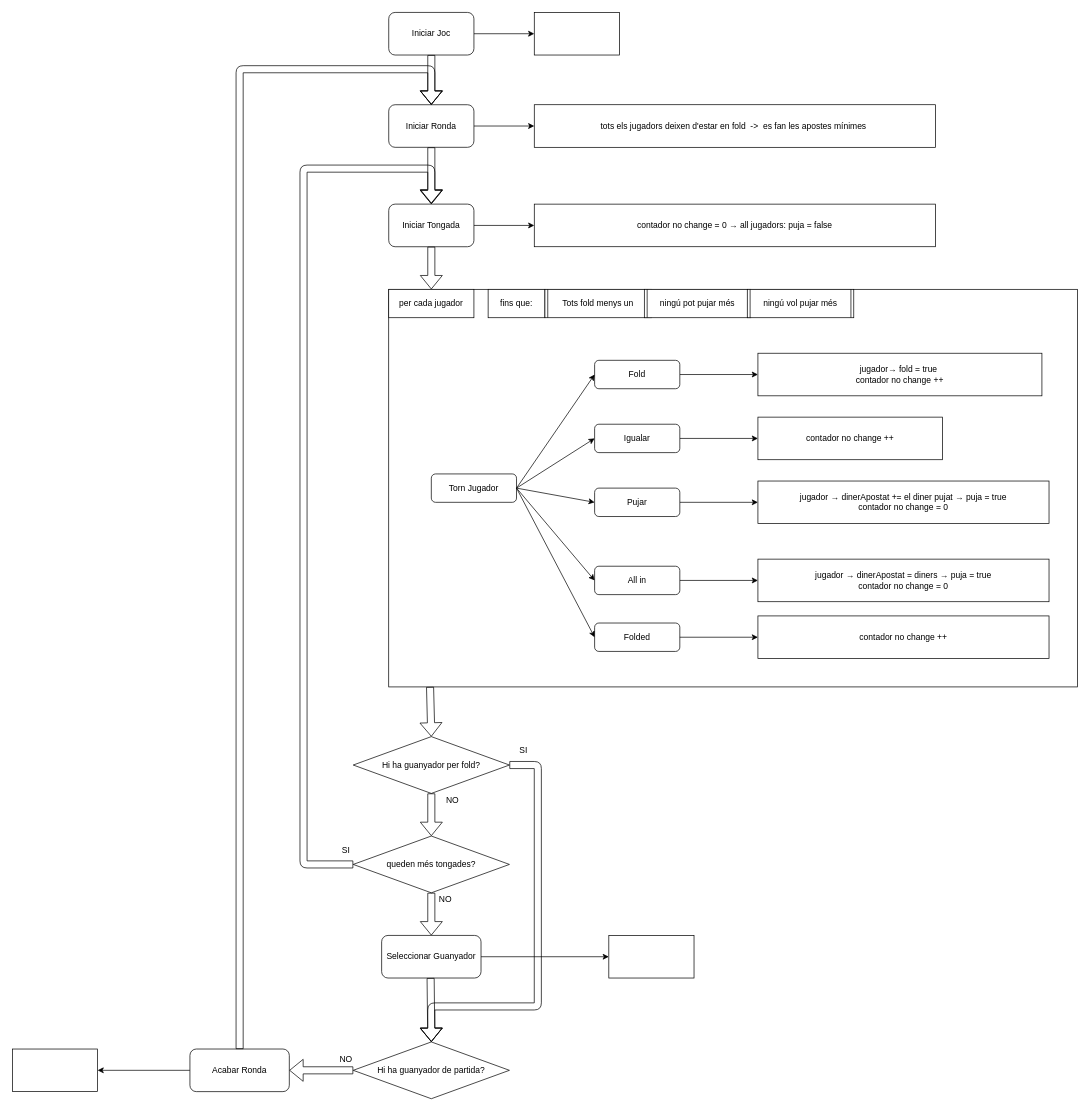
Earlier version of the draw.io diagram esquema_partida.drawio (Morgan1420/app_apostes). Source tidied: cells renumbered, new cells numbered last; positions are measured from the earlier drawing's top-left corner, leaving out a move shared by most shapes. Both pictures are drawn from the tidied source at 71%, with x=0, y=0 at pixel (12, 12).
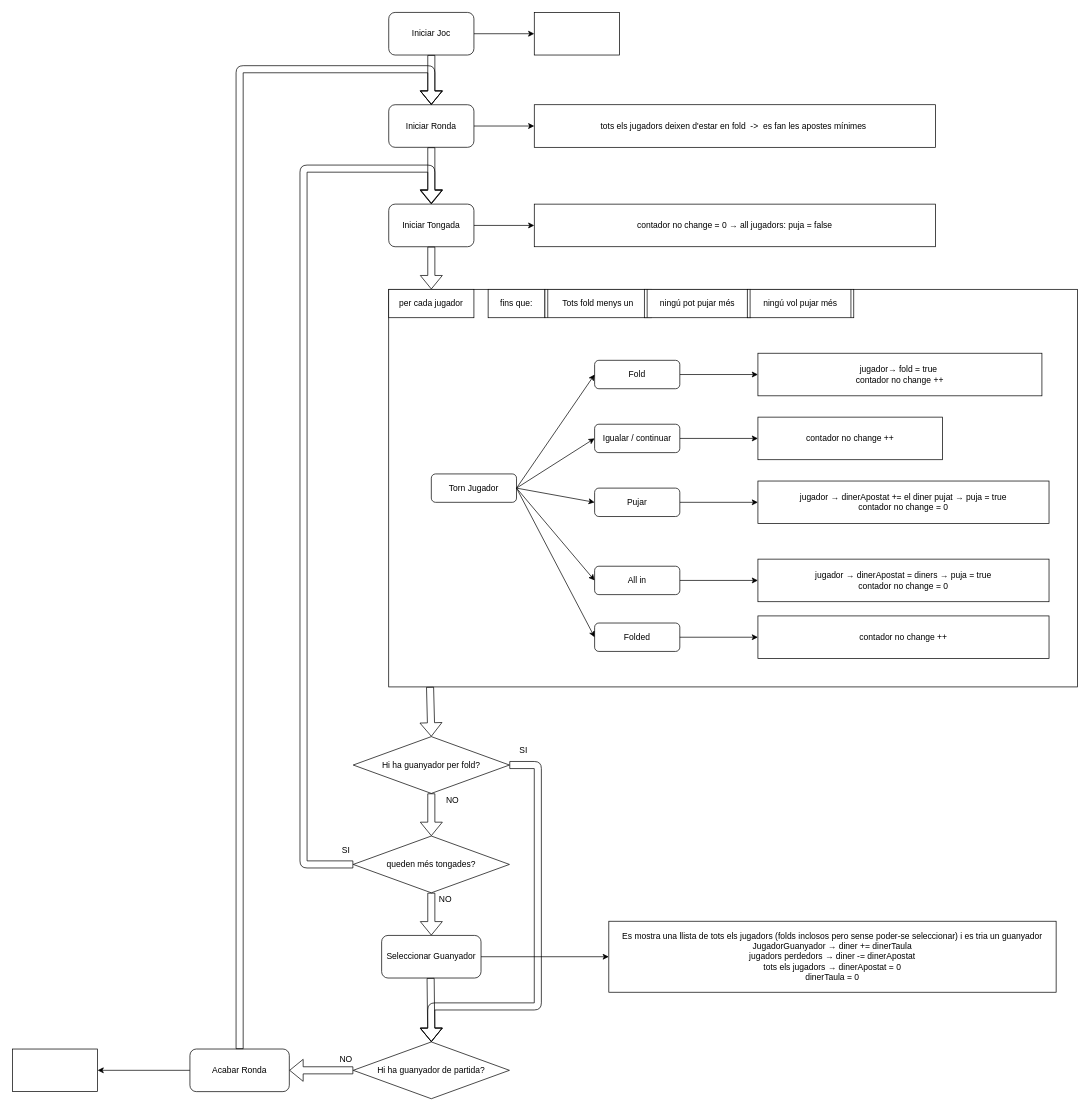
The same page after the edit.

Commit message:
Modificat lEsquema

The change refers to these unchanged cells:
```xml
<mxCell id="2" style="group;" parent="1" vertex="1">
  <mxGeometry x="530" y="390" width="970" height="560" as="geometry" />
</mxCell>
```

What changed in the source:
```diff
@@
-    <mxCell id="17" value="Igualar" style="rounded=1;whiteSpace=wrap;html=1;" parent="2" vertex="1">
+    <mxCell id="17" value="Igualar / continuar" style="rounded=1;whiteSpace=wrap;html=1;" parent="2" vertex="1">
       <mxGeometry x="290" y="190" width="120" height="40" as="geometry" />
     </mxCell>
@@
-    <mxCell id="51" style="rounded=0;whiteSpace=wrap;html=1;" parent="1" vertex="1">
-      <mxGeometry x="840" y="1300" width="120" height="60" as="geometry" />
+    <mxCell id="51" value="Es mostra una llista de tots els jugadors (folds inclosos pero sense poder-se seleccionar) i es tria un guanyador&lt;br&gt;JugadorGuanyador → diner += dinerTaula&lt;br&gt;jugadors perdedors → diner -= dinerApostat&lt;br&gt;tots els jugadors → dinerApostat = 0&lt;br&gt;dinerTaula = 0" style="rounded=0;whiteSpace=wrap;html=1;" parent="1" vertex="1">
+      <mxGeometry x="840" y="1280" width="630" height="100" as="geometry" />
     </mxCell>
```
